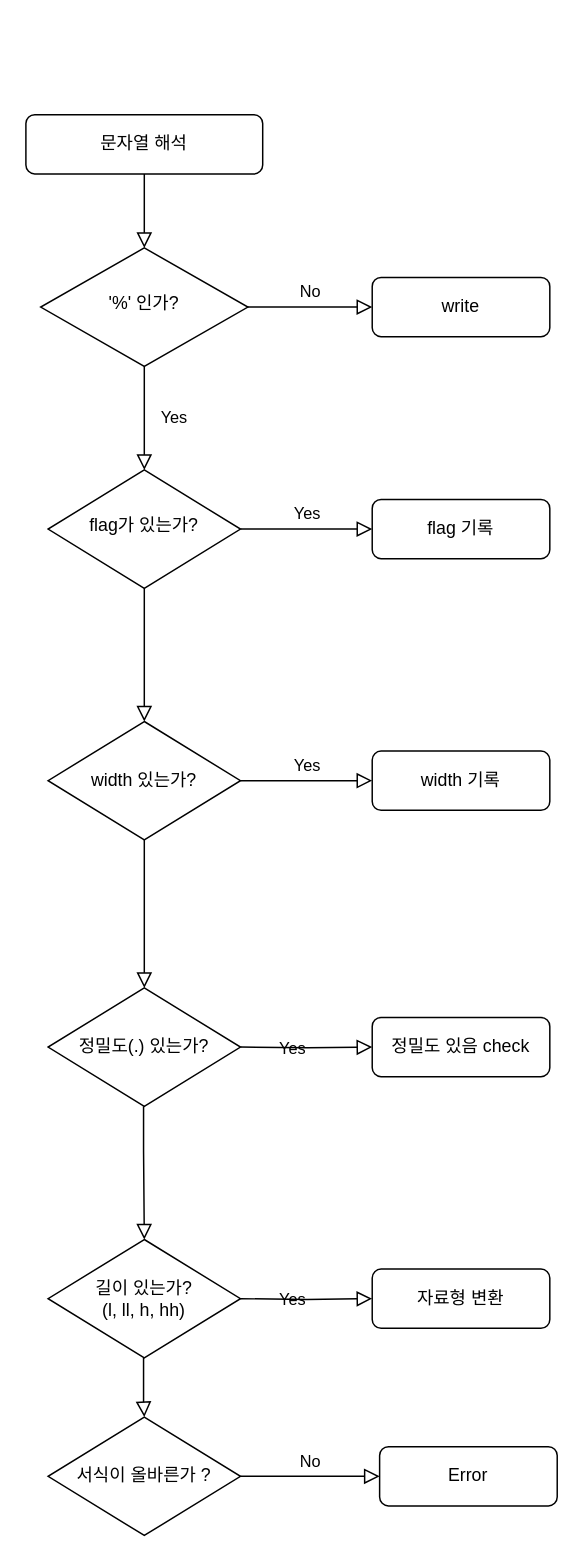
Before: Untitled Diagram.drawio in Pawer0223/42cursus, a draw.io diagram. Source tidied: cells renumbered, new cells numbered last; positions are measured from the earlier drawing's top-left corner, leaving out a move shared by most shapes. Both pictures are drawn from the tidied source at 148%, with x=0, y=0 at pixel (25, 114).
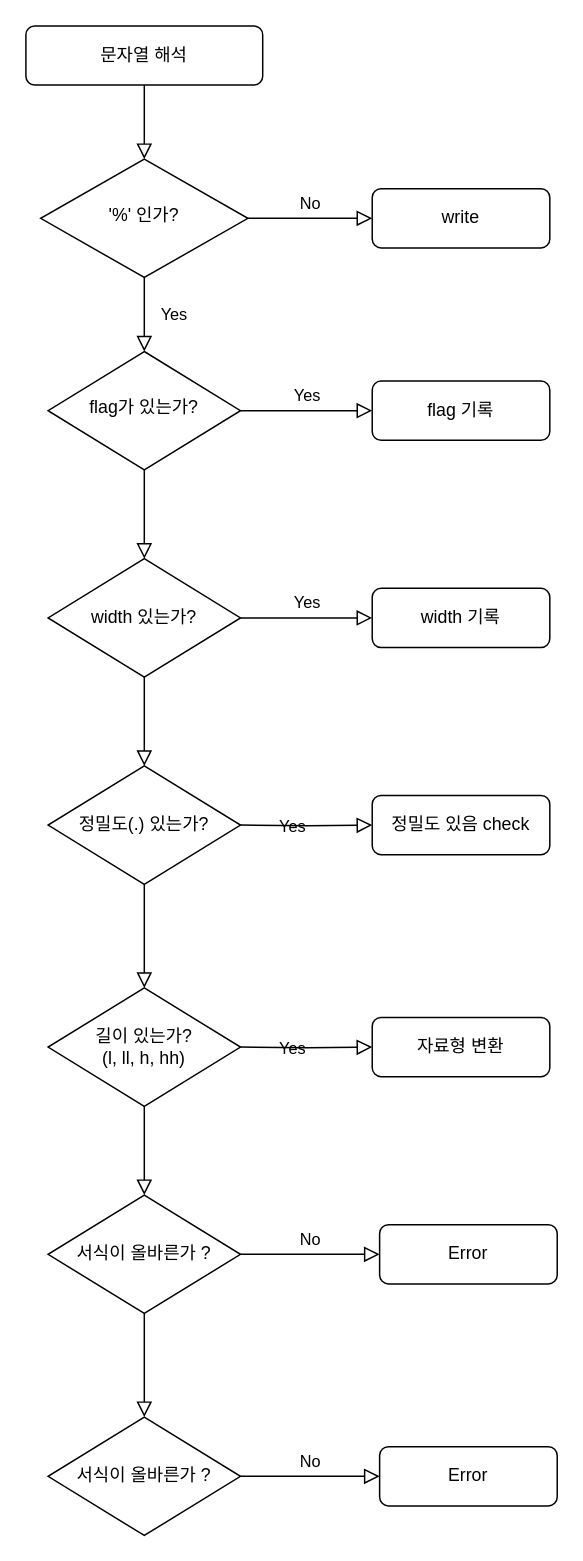
After the change.

Change to the diagram source:
```diff
@@
     <mxCell id="3" value="문자열 해석" style="rounded=1;whiteSpace=wrap;html=1;fontSize=12;glass=0;strokeWidth=1;shadow=0;" parent="1" vertex="1">
-      <mxGeometry width="160" height="40" as="geometry" />
+      <mxGeometry y="-60" width="160" height="40" as="geometry" />
     </mxCell>
@@
     <mxCell id="6" value="'%' 인가?" style="rhombus;whiteSpace=wrap;html=1;shadow=0;fontFamily=Helvetica;fontSize=12;align=center;strokeWidth=1;spacing=6;spacingTop=-4;" parent="1" vertex="1">
-      <mxGeometry x="10" y="90" width="140" height="80" as="geometry" />
+      <mxGeometry x="10" y="30" width="140" height="80" as="geometry" />
     </mxCell>
     <mxCell id="7" value="write" style="rounded=1;whiteSpace=wrap;html=1;fontSize=12;glass=0;strokeWidth=1;shadow=0;" parent="1" vertex="1">
-      <mxGeometry x="234" y="110" width="120" height="40" as="geometry" />
+      <mxGeometry x="234" y="50" width="120" height="40" as="geometry" />
     </mxCell>
@@
     <mxCell id="10" value="flag가 있는가?" style="rhombus;whiteSpace=wrap;html=1;shadow=0;fontFamily=Helvetica;fontSize=12;align=center;strokeWidth=1;spacing=6;spacingTop=-4;" parent="1" vertex="1">
-      <mxGeometry x="15" y="240" width="130" height="80" as="geometry" />
+      <mxGeometry x="15" y="160" width="130" height="80" as="geometry" />
     </mxCell>
     <mxCell id="11" value="flag 기록" style="rounded=1;whiteSpace=wrap;html=1;fontSize=12;glass=0;strokeWidth=1;shadow=0;" parent="1" vertex="1">
-      <mxGeometry x="234" y="260" width="120" height="40" as="geometry" />
+      <mxGeometry x="234" y="180" width="120" height="40" as="geometry" />
     </mxCell>
     <mxCell id="12" value="width 있는가?" style="rhombus;whiteSpace=wrap;html=1;" parent="1" vertex="1">
-      <mxGeometry x="15" y="410" width="130" height="80" as="geometry" />
+      <mxGeometry x="15" y="300" width="130" height="80" as="geometry" />
     </mxCell>
@@
     <mxCell id="14" value="width 기록" style="rounded=1;whiteSpace=wrap;html=1;fontSize=12;glass=0;strokeWidth=1;shadow=0;" parent="1" vertex="1">
-      <mxGeometry x="234" y="430" width="120" height="40" as="geometry" />
+      <mxGeometry x="234" y="320" width="120" height="40" as="geometry" />
     </mxCell>
     <mxCell id="15" value="정밀도(.) 있는가?" style="rhombus;whiteSpace=wrap;html=1;" parent="1" vertex="1">
-      <mxGeometry x="15" y="590" width="130" height="80" as="geometry" />
+      <mxGeometry x="15" y="440" width="130" height="80" as="geometry" />
     </mxCell>
@@
     <mxCell id="17" value="Yes" style="edgeStyle=orthogonalEdgeStyle;rounded=0;html=1;jettySize=auto;fontSize=11;endArrow=block;endFill=0;endSize=8;strokeWidth=1;shadow=0;labelBackgroundColor=none;exitX=1;exitY=0.5;exitDx=0;exitDy=0;" parent="1" edge="1" target="18">
       <mxGeometry y="10" relative="1" as="geometry">
-        <mxPoint x="145" y="630" as="sourcePoint" />
+        <mxPoint x="145" y="480" as="sourcePoint" />
       </mxGeometry>
     </mxCell>
     <mxCell id="18" value="정밀도 있음 check" style="rounded=1;whiteSpace=wrap;html=1;fontSize=12;glass=0;strokeWidth=1;shadow=0;" parent="1" vertex="1">
-      <mxGeometry x="234" y="610" width="120" height="40" as="geometry" />
+      <mxGeometry x="234" y="460" width="120" height="40" as="geometry" />
     </mxCell>
     <mxCell id="19" value="길이 있는가?&lt;br&gt;(l, ll, h, hh)" style="rhombus;whiteSpace=wrap;html=1;" parent="1" vertex="1">
-      <mxGeometry x="15" y="760" width="130" height="80" as="geometry" />
+      <mxGeometry x="15" y="590" width="130" height="80" as="geometry" />
     </mxCell>
     <mxCell id="20" value="Yes" style="edgeStyle=orthogonalEdgeStyle;rounded=0;html=1;jettySize=auto;fontSize=11;endArrow=block;endFill=0;endSize=8;strokeWidth=1;shadow=0;labelBackgroundColor=none;exitX=1;exitY=0.5;exitDx=0;exitDy=0;" parent="1" edge="1" target="21">
       <mxGeometry y="10" relative="1" as="geometry">
-        <mxPoint x="145" y="800" as="sourcePoint" />
+        <mxPoint x="145" y="630" as="sourcePoint" />
       </mxGeometry>
     </mxCell>
     <mxCell id="21" value="자료형 변환" style="rounded=1;whiteSpace=wrap;html=1;fontSize=12;glass=0;strokeWidth=1;shadow=0;" parent="1" vertex="1">
-      <mxGeometry x="234" y="780" width="120" height="40" as="geometry" />
+      <mxGeometry x="234" y="610" width="120" height="40" as="geometry" />
     </mxCell>
-    <mxCell id="22" style="rounded=0;html=1;jettySize=auto;orthogonalLoop=1;fontSize=11;endArrow=block;endFill=0;endSize=8;strokeWidth=1;shadow=0;labelBackgroundColor=none;edgeStyle=orthogonalEdgeStyle;exitX=0.5;exitY=1;exitDx=0;exitDy=0;" parent="1" edge="1">
+    <mxCell id="22" style="rounded=0;html=1;jettySize=auto;fontSize=11;endArrow=block;endFill=0;endSize=8;strokeWidth=1;shadow=0;labelBackgroundColor=none;edgeStyle=orthogonalEdgeStyle;exitX=0.5;exitY=1;exitDx=0;exitDy=0;" parent="1" edge="1" source="15">
       <mxGeometry x="0.27" y="20" relative="1" as="geometry">
-        <mxPoint x="79.5" y="670" as="sourcePoint" />
-        <mxPoint x="80" y="760" as="targetPoint" />
-        <Array as="points">
-          <mxPoint x="80" y="700" />
-          <mxPoint x="80" y="700" />
-        </Array>
+        <mxPoint x="80" y="590" as="targetPoint" />
       </mxGeometry>
     </mxCell>
     <mxCell id="23" value="서식이 올바른가 ?" style="rhombus;whiteSpace=wrap;html=1;" parent="1" vertex="1">
-      <mxGeometry x="15" y="880" width="130" height="80" as="geometry" />
+      <mxGeometry x="15" y="730" width="130" height="80" as="geometry" />
     </mxCell>
@@
     <mxCell id="25" value="Error" style="rounded=1;whiteSpace=wrap;html=1;fontSize=12;glass=0;strokeWidth=1;shadow=0;" parent="1" vertex="1">
-      <mxGeometry x="239" y="900" width="120" height="40" as="geometry" />
+      <mxGeometry x="239" y="750" width="120" height="40" as="geometry" />
     </mxCell>
-    <mxCell id="26" style="rounded=0;html=1;jettySize=auto;orthogonalLoop=1;fontSize=11;endArrow=block;endFill=0;endSize=8;strokeWidth=1;shadow=0;labelBackgroundColor=none;edgeStyle=orthogonalEdgeStyle;exitX=0.5;exitY=1;exitDx=0;exitDy=0;" parent="1" edge="1">
-      <mxGeometry x="0.27" y="20" relative="1" as="geometry">
-        <mxPoint x="79.5" y="840" as="sourcePoint" />
-        <mxPoint x="80" y="880" as="targetPoint" />
-        <Array as="points">
-          <mxPoint x="80" y="870" />
-          <mxPoint x="80" y="870" />
-        </Array>
-      </mxGeometry>
+    <mxCell id="26" style="rounded=0;html=1;jettySize=auto;fontSize=11;endArrow=block;endFill=0;endSize=8;strokeWidth=1;shadow=0;labelBackgroundColor=none;edgeStyle=orthogonalEdgeStyle;exitX=0.5;exitY=1;exitDx=0;exitDy=0;entryX=0.5;entryY=0;entryDx=0;entryDy=0;" parent="1" edge="1" source="19" target="23">
+      <mxGeometry x="0.27" y="20" relative="1" as="geometry" />
     </mxCell>
+    <mxCell id="27" style="rounded=0;html=1;jettySize=auto;fontSize=11;endArrow=block;endFill=0;endSize=8;strokeWidth=1;shadow=0;labelBackgroundColor=none;edgeStyle=orthogonalEdgeStyle;exitX=0.5;exitY=1;exitDx=0;exitDy=0;entryX=0.5;entryY=0;entryDx=0;entryDy=0;" parent="1" edge="1" source="23" target="28">
+      <mxGeometry x="0.27" y="20" relative="1" as="geometry" />
+    </mxCell>
+    <mxCell id="28" value="서식이 올바른가 ?" style="rhombus;whiteSpace=wrap;html=1;" parent="1" vertex="1">
+      <mxGeometry x="15" y="880" width="130" height="80" as="geometry" />
+    </mxCell>
+    <mxCell id="29" value="No" style="edgeStyle=orthogonalEdgeStyle;rounded=0;html=1;jettySize=auto;fontSize=11;endArrow=block;endFill=0;endSize=8;strokeWidth=1;shadow=0;labelBackgroundColor=none;exitX=1;exitY=0.5;exitDx=0;exitDy=0;entryX=0;entryY=0.5;entryDx=0;entryDy=0;" parent="1" edge="1" source="28" target="30">
+      <mxGeometry y="10" relative="1" as="geometry" />
+    </mxCell>
+    <mxCell id="30" value="Error" style="rounded=1;whiteSpace=wrap;html=1;fontSize=12;glass=0;strokeWidth=1;shadow=0;" parent="1" vertex="1">
+      <mxGeometry x="239" y="900" width="120" height="40" as="geometry" />
+    </mxCell>
```
